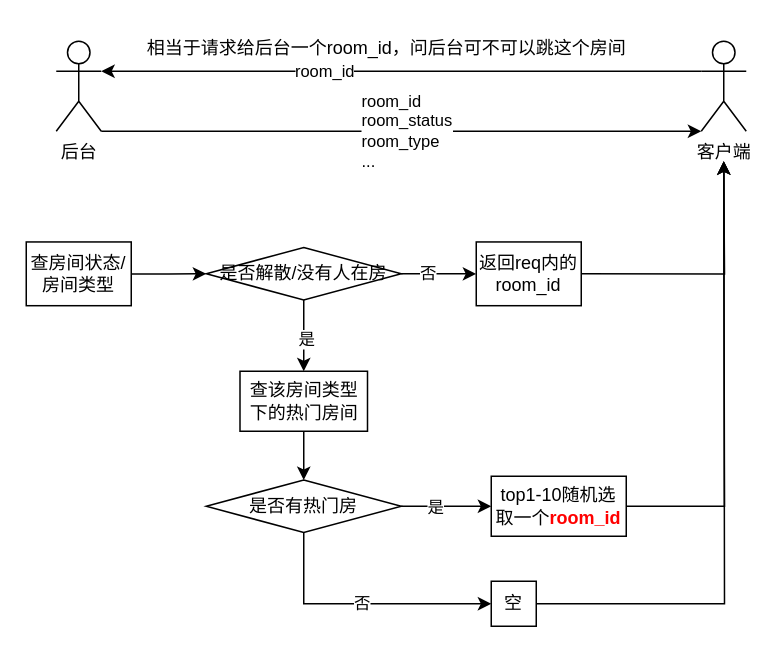
Before: zora/deeplink real-time.drawio in zora1997/zora, a draw.io diagram. Source tidied: cells renumbered, new cells numbered last; positions are measured from the earlier drawing's top-left corner, leaving out a move shared by most shapes. Both pictures are drawn from the tidied source at 150%, with x=0, y=0 at pixel (26, 26).
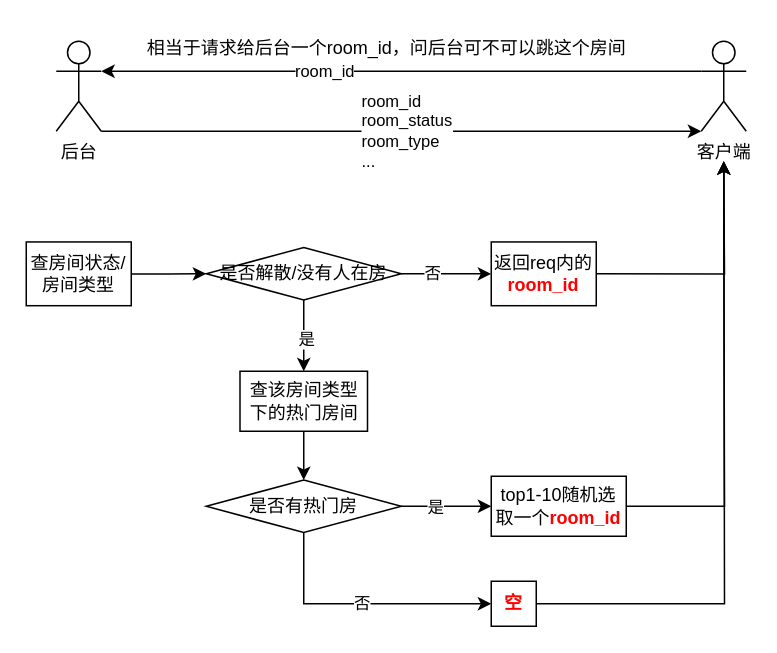
After the change.

What changed in the source:
```diff
@@
-    <mxCell id="25" value="返回req内的room_id" style="rounded=0;whiteSpace=wrap;html=1;" parent="1" vertex="1">
-      <mxGeometry x="300" y="143.8" width="70" height="42.5" as="geometry" />
+    <mxCell id="25" value="返回req内的&lt;font color=&quot;#ff0000&quot;&gt;&lt;b&gt;room_id&lt;/b&gt;&lt;/font&gt;" style="rounded=0;whiteSpace=wrap;html=1;" parent="1" vertex="1">
+      <mxGeometry x="310" y="143.8" width="70" height="42.5" as="geometry" />
     </mxCell>
@@
-    <mxCell id="27" value="空" style="whiteSpace=wrap;html=1;rounded=0;" parent="1" vertex="1">
+    <mxCell id="27" value="&lt;font color=&quot;#ff0000&quot;&gt;&lt;b&gt;空&lt;/b&gt;&lt;/font&gt;" style="whiteSpace=wrap;html=1;rounded=0;" parent="1" vertex="1">
       <mxGeometry x="310" y="370" width="30" height="30" as="geometry" />
     </mxCell>
```
